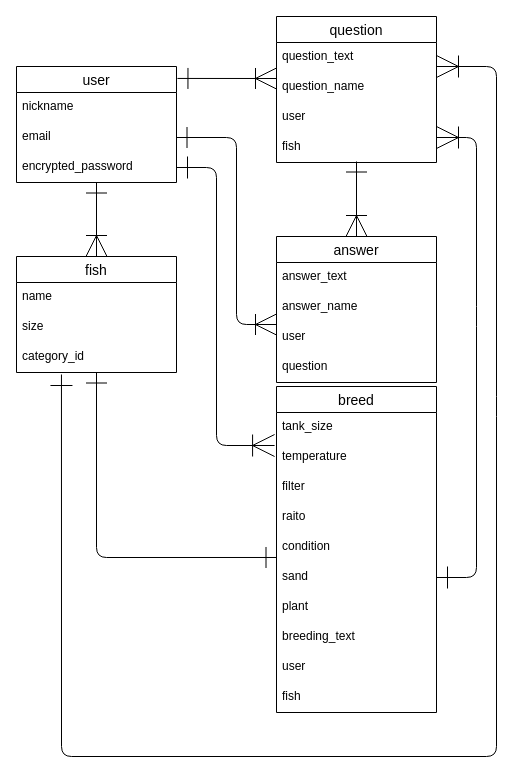
shimitar/fish-breeding keeps this draw.io diagram as ER.dio. Above is the earlier version. Source tidied: cells renumbered, new cells numbered last; positions are measured from the earlier drawing's top-left corner, leaving out a move shared by most shapes. Both pictures are drawn from the tidied source at 100%, with x=0, y=0 at pixel (16, 16).
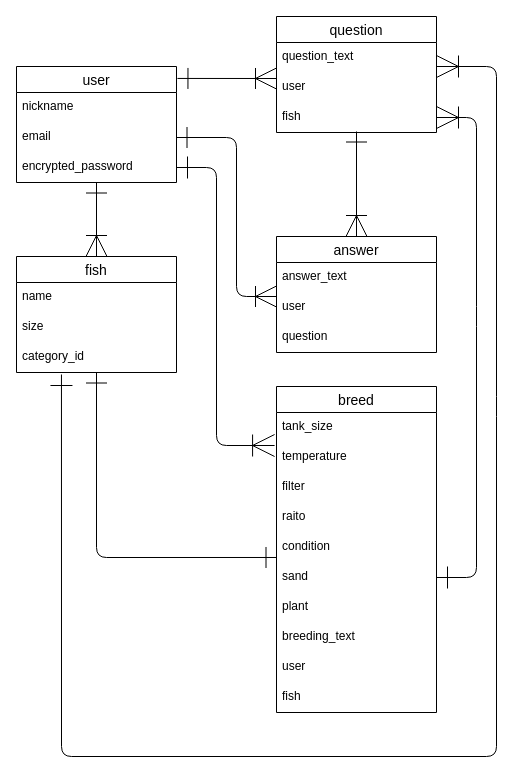
The same page after the edit.

The change refers to these unchanged cells:
```xml
<mxCell id="5" value="email" style="text;strokeColor=none;fillColor=none;spacingLeft=4;spacingRight=4;overflow=hidden;points=[[0,0.5],[1,0.5]];portConstraint=eastwest;fontSize=12;" parent="3" vertex="1">
  <mxGeometry y="56" width="160" height="30" as="geometry" />
</mxCell>
<mxCell id="29" value="sand" style="text;strokeColor=none;fillColor=none;spacingLeft=4;spacingRight=4;overflow=hidden;points=[[0,0.5],[1,0.5]];portConstraint=eastwest;fontSize=12;" parent="23" vertex="1">
  <mxGeometry y="176" width="160" height="30" as="geometry" />
</mxCell>
```

Diff of the diagram source:
```diff
@@
     <mxCell id="12" value="question" style="swimlane;fontStyle=0;horizontal=1;startSize=26;align=center;fontSize=14;" parent="1" vertex="1">
-      <mxGeometry x="260" width="160" height="146" as="geometry" />
+      <mxGeometry x="260" width="160" height="116" as="geometry" />
     </mxCell>
@@
-    <mxCell id="14" value="question_name&#10;" style="text;strokeColor=none;fillColor=none;spacingLeft=4;spacingRight=4;overflow=hidden;fontSize=12;" parent="12" vertex="1">
-      <mxGeometry y="56" width="160" height="30" as="geometry" />
-    </mxCell>
     <mxCell id="15" value="user" style="text;strokeColor=none;fillColor=none;spacingLeft=4;spacingRight=4;overflow=hidden;fontSize=12;" parent="12" vertex="1">
-      <mxGeometry y="86" width="160" height="30" as="geometry" />
+      <mxGeometry y="56" width="160" height="30" as="geometry" />
     </mxCell>
     <mxCell id="16" value="fish" style="text;strokeColor=none;fillColor=none;spacingLeft=4;spacingRight=4;overflow=hidden;points=[[0,0.5],[1,0.5]];portConstraint=eastwest;fontSize=12;" parent="12" vertex="1">
-      <mxGeometry y="116" width="160" height="30" as="geometry" />
+      <mxGeometry y="86" width="160" height="30" as="geometry" />
     </mxCell>
@@
     <mxCell id="18" value="answer" style="swimlane;fontStyle=0;horizontal=1;startSize=26;align=center;fontSize=14;" parent="1" vertex="1">
-      <mxGeometry x="260" y="220" width="160" height="146" as="geometry" />
+      <mxGeometry x="260" y="220" width="160" height="116" as="geometry" />
     </mxCell>
@@
-    <mxCell id="20" value="answer_name" style="text;strokeColor=none;fillColor=none;spacingLeft=4;spacingRight=4;overflow=hidden;fontSize=12;" parent="18" vertex="1">
-      <mxGeometry y="56" width="160" height="30" as="geometry" />
-    </mxCell>
     <mxCell id="21" value="user" style="text;strokeColor=none;fillColor=none;spacingLeft=4;spacingRight=4;overflow=hidden;points=[[0,0.5],[1,0.5]];portConstraint=eastwest;fontSize=12;" parent="18" vertex="1">
-      <mxGeometry y="86" width="160" height="30" as="geometry" />
+      <mxGeometry y="56" width="160" height="30" as="geometry" />
     </mxCell>
     <mxCell id="22" value="question" style="text;strokeColor=none;fillColor=none;spacingLeft=4;spacingRight=4;overflow=hidden;fontSize=12;" parent="18" vertex="1">
-      <mxGeometry y="116" width="160" height="30" as="geometry" />
+      <mxGeometry y="86" width="160" height="30" as="geometry" />
     </mxCell>
@@
-    <mxCell id="35" style="edgeStyle=none;html=1;entryX=0;entryY=0.067;entryDx=0;entryDy=0;entryPerimeter=0;startArrow=ERone;startFill=0;endArrow=ERoneToMany;endFill=0;startSize=19;endSize=19;exitX=1;exitY=0.5;exitDx=0;exitDy=0;" parent="1" edge="1" source="5" target="21">
+    <mxCell id="35" style="edgeStyle=none;html=1;startArrow=ERone;startFill=0;endArrow=ERoneToMany;endFill=0;startSize=19;endSize=19;exitX=1;exitY=0.5;exitDx=0;exitDy=0;" parent="1" edge="1" source="5">
       <mxGeometry relative="1" as="geometry">
+        <mxPoint x="260" y="280" as="targetPoint" />
         <Array as="points">
           <mxPoint x="220" y="121" />
-          <mxPoint x="220" y="308" />
+          <mxPoint x="220" y="280" />
         </Array>
       </mxGeometry>
     </mxCell>
@@
-    <mxCell id="38" style="edgeStyle=none;html=1;startArrow=ERone;startFill=0;endArrow=ERoneToMany;endFill=0;startSize=20;endSize=20;exitX=1;exitY=0.5;exitDx=0;exitDy=0;" parent="1" edge="1" source="29">
+    <mxCell id="38" style="edgeStyle=none;html=1;startArrow=ERone;startFill=0;endArrow=ERoneToMany;endFill=0;startSize=20;endSize=20;exitX=1;exitY=0.5;exitDx=0;exitDy=0;entryX=1;entryY=0.5;entryDx=0;entryDy=0;" parent="1" edge="1" source="29" target="16">
       <mxGeometry relative="1" as="geometry">
-        <mxPoint x="420" y="121" as="targetPoint" />
         <Array as="points">
           <mxPoint x="460" y="561" />
           <mxPoint x="460" y="300" />
-          <mxPoint x="460" y="121" />
+          <mxPoint x="460" y="101" />
         </Array>
       </mxGeometry>
     </mxCell>
```
